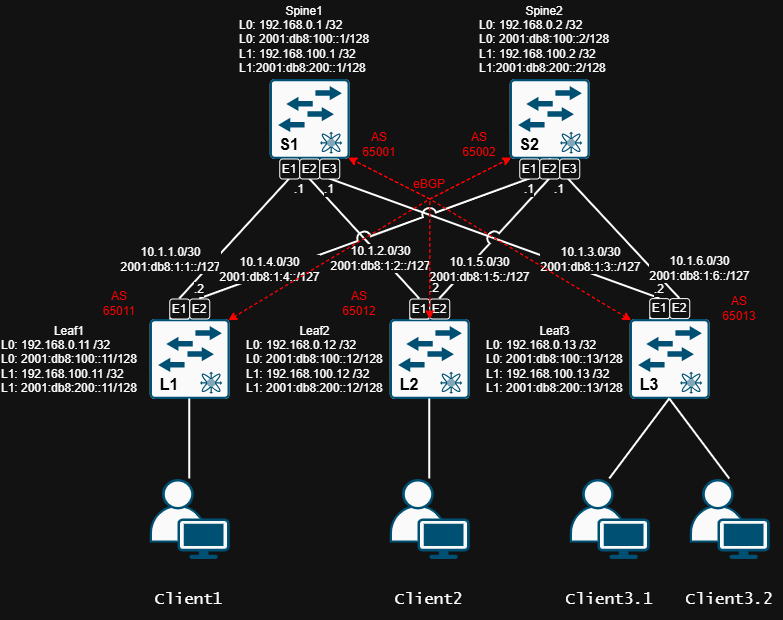
Before: Practice/Lab05/C2_eBGP.png, a diagram exported from draw.io (DrewQer/Otus_DC). Source tidied: cells renumbered, new cells last; positions are measured from the earlier drawing's top-left corner, leaving out a move shared by most shapes.
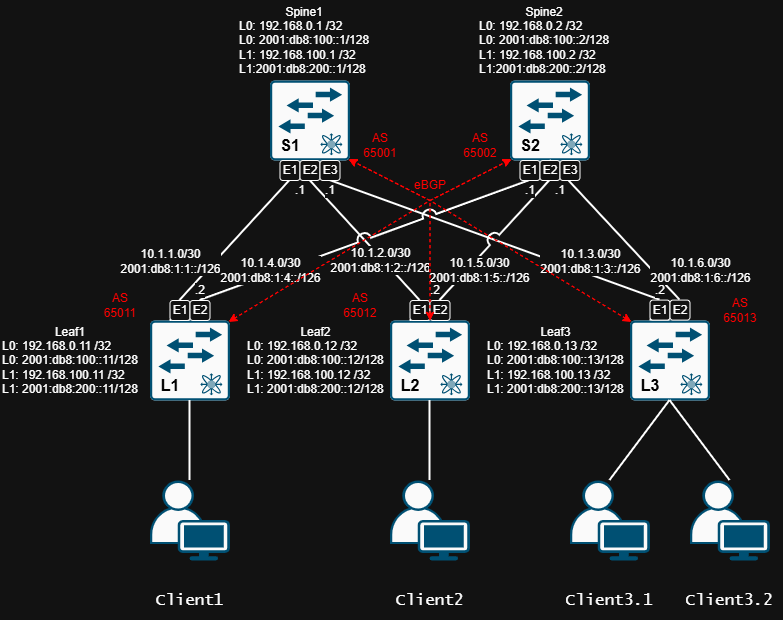
After the change.

What changed in the source:
```diff
@@ -20,7 +20,7 @@
     <mxCell id="7" style="rounded=1;jettySize=auto;html=1;exitX=0.5;exitY=0;exitDx=0;exitDy=0;entryX=0.5;entryY=1;entryDx=0;entryDy=0;endArrow=none;endFill=0;strokeWidth=2;flowAnimation=0;jumpStyle=arc;jumpSize=12;" parent="1" edge="1" source="37" target="45">
       <mxGeometry relative="1" as="geometry" />
     </mxCell>
-    <mxCell id="8" value="10.1.1.0/30&lt;div&gt;2001:db8:1:1::/127&lt;/div&gt;" style="edgeLabel;html=1;align=center;verticalAlign=middle;fontSize=12;" parent="7" vertex="1">
+    <mxCell id="8" value="10.1.1.0/30&lt;div&gt;2001:db8:1:1::/126&lt;/div&gt;" style="edgeLabel;html=1;align=center;verticalAlign=middle;fontSize=12;" parent="7" vertex="1">
       <mxGeometry x="-0.49" relative="1" as="geometry">
         <mxPoint x="-38" y="-9" as="offset" />
       </mxGeometry>
@@ -28,7 +28,7 @@
     <mxCell id="9" style="rounded=1;jettySize=auto;html=1;exitX=0.5;exitY=0;exitDx=0;exitDy=0;entryX=0.5;entryY=1;entryDx=0;entryDy=0;endArrow=none;endFill=0;strokeWidth=2;jumpStyle=arc;jumpSize=12;" parent="1" edge="1" source="40" target="46">
       <mxGeometry relative="1" as="geometry" />
     </mxCell>
-    <mxCell id="10" value="10.1.2.0/30&lt;div&gt;2001:db8:1:2::/127&lt;/div&gt;" style="edgeLabel;html=1;align=center;verticalAlign=middle;fontSize=12;labelBackgroundColor=default;" parent="9" vertex="1">
+    <mxCell id="10" value="10.1.2.0/30&lt;div&gt;2001:db8:1:2::/126&lt;/div&gt;" style="edgeLabel;html=1;align=center;verticalAlign=middle;fontSize=12;labelBackgroundColor=default;" parent="9" vertex="1">
       <mxGeometry x="-0.49" relative="1" as="geometry">
         <mxPoint x="-12" y="-10" as="offset" />
       </mxGeometry>
@@ -36,7 +36,7 @@
     <mxCell id="11" style="rounded=1;jettySize=auto;html=1;exitX=0.5;exitY=0;exitDx=0;exitDy=0;entryX=0.5;entryY=1;entryDx=0;entryDy=0;endArrow=none;endFill=0;strokeWidth=2;jumpStyle=arc;jumpSize=12;" parent="1" edge="1" source="43" target="47">
       <mxGeometry relative="1" as="geometry" />
     </mxCell>
-    <mxCell id="12" value="10.1.3.0/30&lt;br&gt;2001:db8:1:3::/127" style="edgeLabel;html=1;align=center;verticalAlign=middle;fontSize=12;labelBackgroundColor=default;" parent="11" vertex="1">
+    <mxCell id="12" value="10.1.3.0/30&lt;br&gt;2001:db8:1:3::/126" style="edgeLabel;html=1;align=center;verticalAlign=middle;fontSize=12;labelBackgroundColor=default;" parent="11" vertex="1">
       <mxGeometry x="-0.51" relative="1" as="geometry">
         <mxPoint x="11" y="-10" as="offset" />
       </mxGeometry>
@@ -44,7 +44,7 @@
     <mxCell id="13" style="rounded=1;jettySize=auto;html=1;exitX=0.5;exitY=0;exitDx=0;exitDy=0;entryX=0.5;entryY=1;entryDx=0;entryDy=0;endArrow=none;endFill=0;strokeWidth=2;jumpStyle=arc;jumpSize=12;" parent="1" edge="1" source="38" target="48">
       <mxGeometry relative="1" as="geometry" />
     </mxCell>
-    <mxCell id="14" value="10.1.4.0/30&lt;div&gt;2001:db8:1:4::/127&lt;/div&gt;" style="edgeLabel;html=1;align=center;verticalAlign=middle;fontSize=12;" parent="13" vertex="1">
+    <mxCell id="14" value="10.1.4.0/30&lt;div&gt;2001:db8:1:4::/126&lt;/div&gt;" style="edgeLabel;html=1;align=center;verticalAlign=middle;fontSize=12;" parent="13" vertex="1">
       <mxGeometry x="-0.49" y="-1" relative="1" as="geometry">
         <mxPoint x="-15" as="offset" />
       </mxGeometry>
@@ -52,7 +52,7 @@
     <mxCell id="15" style="rounded=1;jettySize=auto;html=1;exitX=0.5;exitY=0;exitDx=0;exitDy=0;entryX=0.5;entryY=1;entryDx=0;entryDy=0;endArrow=none;endFill=0;strokeWidth=2;jumpStyle=arc;jumpSize=12;" parent="1" edge="1" source="41" target="49">
       <mxGeometry relative="1" as="geometry" />
     </mxCell>
-    <mxCell id="16" value="10.1.5.0/30&lt;br&gt;2001:db8:1:5::/127" style="edgeLabel;html=1;align=center;verticalAlign=middle;fontSize=12;labelBackgroundColor=default;" parent="15" vertex="1">
+    <mxCell id="16" value="10.1.5.0/30&lt;br&gt;2001:db8:1:5::/126" style="edgeLabel;html=1;align=center;verticalAlign=middle;fontSize=12;labelBackgroundColor=default;" parent="15" vertex="1">
       <mxGeometry x="-0.5" relative="1" as="geometry">
         <mxPoint x="12" as="offset" />
       </mxGeometry>
@@ -60,7 +60,7 @@
     <mxCell id="17" style="rounded=1;jettySize=auto;html=1;exitX=0.5;exitY=0;exitDx=0;exitDy=0;entryX=0.5;entryY=1;entryDx=0;entryDy=0;entryPerimeter=0;endArrow=none;endFill=0;strokeWidth=2;jumpStyle=arc;jumpSize=12;" parent="1" edge="1" source="44" target="6">
       <mxGeometry relative="1" as="geometry" />
     </mxCell>
-    <mxCell id="18" value="10.1.6.0/30&lt;br&gt;2001:db8:1:6::/127" style="edgeLabel;html=1;align=center;verticalAlign=middle;fontSize=12;labelBackgroundColor=default;" parent="17" vertex="1">
+    <mxCell id="18" value="10.1.6.0/30&lt;br&gt;2001:db8:1:6::/126" style="edgeLabel;html=1;align=center;verticalAlign=middle;fontSize=12;labelBackgroundColor=default;" parent="17" vertex="1">
       <mxGeometry x="-0.57" relative="1" as="geometry">
         <mxPoint x="48" as="offset" />
       </mxGeometry>
```
